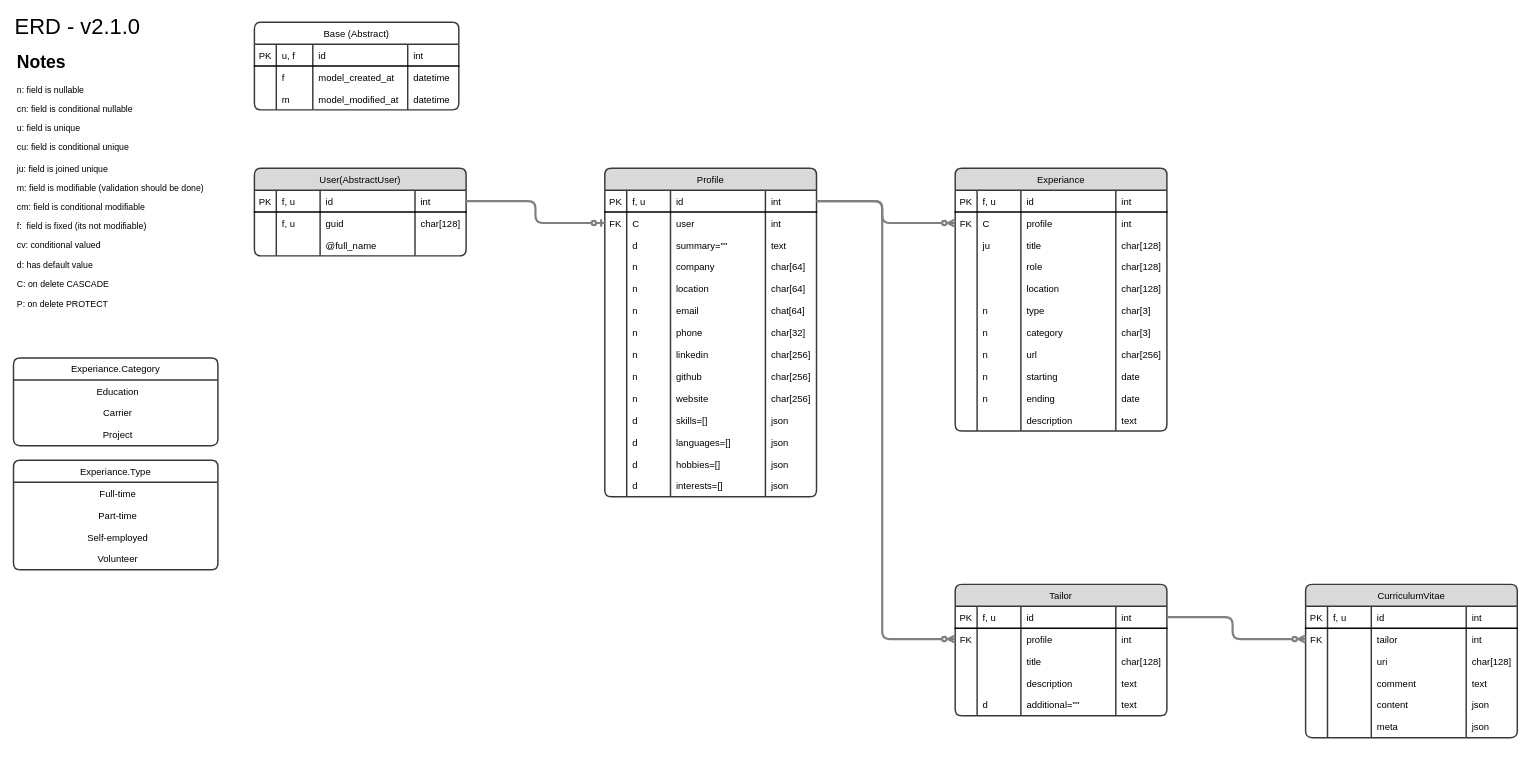
Earlier version of the draw.io diagram docs/ERD.drawio (TailorVitAI/backend). Source tidied: cells renumbered, new cells numbered last; positions are measured from the earlier drawing's top-left corner, leaving out a move shared by most shapes. Both pictures are drawn from the tidied source at 73%, with x=0, y=0 at pixel (13, 15).
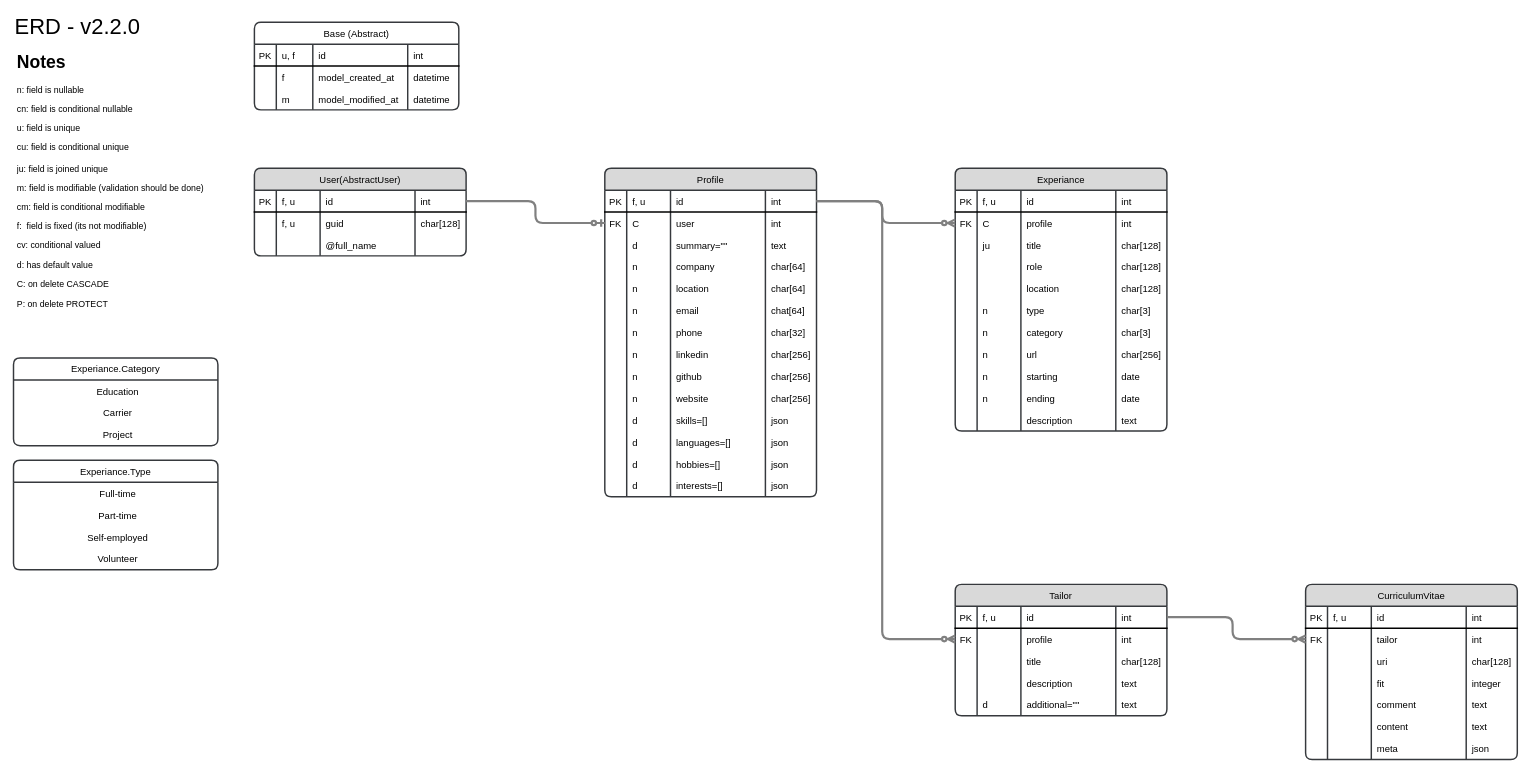
After the change.

Diff of the diagram source:
```diff
@@
-    <mxCell id="18" value="&lt;font style=&quot;font-size: 30px;&quot;&gt;ERD - v2.1.0&lt;/font&gt;" style="text;html=1;strokeColor=none;fillColor=none;align=left;verticalAlign=middle;whiteSpace=wrap;rounded=0;" parent="1" vertex="1">
+    <mxCell id="18" value="&lt;font style=&quot;font-size: 30px;&quot;&gt;ERD - v2.2.0&lt;/font&gt;" style="text;html=1;strokeColor=none;fillColor=none;align=left;verticalAlign=middle;whiteSpace=wrap;rounded=0;" parent="1" vertex="1">
       <mxGeometry width="320" height="30" as="geometry" />
     </mxCell>
@@
     <mxCell id="208" value="CurriculumVitae" style="shape=table;startSize=30;childLayout=tableLayout;rowLines=0;fontStyle=0;align=center;rounded=1;sketch=0;shadow=0;swimlaneLine=1;labelBorderColor=none;labelBackgroundColor=none;enumerate=0;fillColor=#D9D9D9;strokeColor=#36393d;fontSize=13;spacing=7;spacingTop=0;verticalAlign=bottom;arcSize=10;strokeWidth=2;fontFamily=Helvetica;" parent="1" vertex="1">
-      <mxGeometry x="1770" y="780" width="290" height="210" as="geometry" />
+      <mxGeometry x="1770" y="780" width="290" height="240" as="geometry" />
     </mxCell>
@@
+    <mxCell id="240" style="shape=tableRow;horizontal=0;startSize=0;swimlaneHead=0;swimlaneBody=0;fillColor=none;top=0;left=0;right=0;bottom=1;rounded=1;strokeWidth=2;fontStyle=0;fontFamily=Helvetica;fontSize=13;strokeColor=none;" parent="208" vertex="1">
+      <mxGeometry y="120" width="290" height="30" as="geometry" />
+    </mxCell>
+    <mxCell id="241" style="shape=partialRectangle;fillColor=none;top=0;left=0;bottom=0;right=0;fontStyle=0;overflow=hidden;rounded=1;strokeWidth=2;fontFamily=Helvetica;fontSize=13;" parent="240" vertex="1">
+      <mxGeometry width="30" height="30" as="geometry" />
+    </mxCell>
+    <mxCell id="242" style="shape=partialRectangle;fillColor=none;top=0;left=0;bottom=0;right=0;align=left;spacingLeft=6;fontStyle=0;overflow=hidden;rounded=1;strokeWidth=2;fontFamily=Helvetica;fontSize=13;" parent="240" vertex="1">
+      <mxGeometry x="30" width="60" height="30" as="geometry" />
+    </mxCell>
+    <mxCell id="243" value="fit" style="shape=partialRectangle;fillColor=none;top=0;left=0;bottom=0;right=0;align=left;spacingLeft=6;fontStyle=0;overflow=hidden;rounded=1;strokeWidth=2;fontFamily=Helvetica;fontSize=13;" parent="240" vertex="1">
+      <mxGeometry x="90" width="130" height="30" as="geometry" />
+    </mxCell>
+    <mxCell id="244" value="integer" style="shape=partialRectangle;fillColor=none;top=0;left=0;bottom=0;right=0;align=left;spacingLeft=6;fontStyle=0;overflow=hidden;rounded=1;strokeWidth=2;fontFamily=Helvetica;fontSize=13;" parent="240" vertex="1">
+      <mxGeometry x="220" width="70" height="30" as="geometry" />
+    </mxCell>
     <mxCell id="224" style="shape=tableRow;horizontal=0;startSize=0;swimlaneHead=0;swimlaneBody=0;fillColor=none;top=0;left=0;right=0;bottom=1;rounded=1;strokeWidth=2;fontStyle=0;fontFamily=Helvetica;fontSize=13;strokeColor=none;" parent="208" vertex="1">
-      <mxGeometry y="120" width="290" height="30" as="geometry" />
+      <mxGeometry y="150" width="290" height="30" as="geometry" />
     </mxCell>
@@
     <mxCell id="229" style="shape=tableRow;horizontal=0;startSize=0;swimlaneHead=0;swimlaneBody=0;fillColor=none;top=0;left=0;right=0;bottom=1;rounded=1;strokeWidth=2;fontStyle=0;fontFamily=Helvetica;fontSize=13;strokeColor=none;" parent="208" vertex="1">
-      <mxGeometry y="150" width="290" height="30" as="geometry" />
+      <mxGeometry y="180" width="290" height="30" as="geometry" />
     </mxCell>
@@
-    <mxCell id="233" value="json" style="shape=partialRectangle;fillColor=none;top=0;left=0;bottom=0;right=0;align=left;spacingLeft=6;fontStyle=0;overflow=hidden;rounded=1;strokeWidth=2;fontFamily=Helvetica;fontSize=13;" parent="229" vertex="1">
+    <mxCell id="233" value="text" style="shape=partialRectangle;fillColor=none;top=0;left=0;bottom=0;right=0;align=left;spacingLeft=6;fontStyle=0;overflow=hidden;rounded=1;strokeWidth=2;fontFamily=Helvetica;fontSize=13;" parent="229" vertex="1">
       <mxGeometry x="220" width="70" height="30" as="geometry" />
     </mxCell>
     <mxCell id="234" style="shape=tableRow;horizontal=0;startSize=0;swimlaneHead=0;swimlaneBody=0;fillColor=none;top=0;left=0;right=0;bottom=1;rounded=1;strokeWidth=2;fontStyle=0;fontFamily=Helvetica;fontSize=13;strokeColor=none;" parent="208" vertex="1">
-      <mxGeometry y="180" width="290" height="30" as="geometry" />
+      <mxGeometry y="210" width="290" height="30" as="geometry" />
     </mxCell>
```
